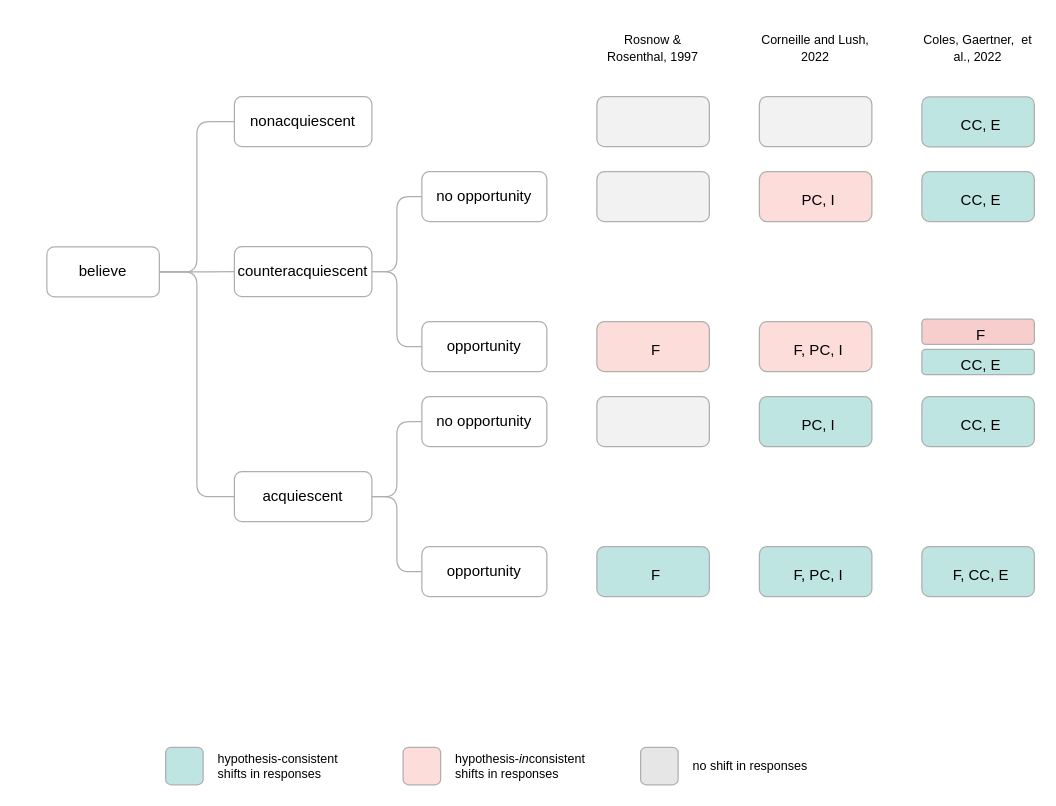
ColesNicholas/metaware keeps this draw.io diagram as page "Copy of FrameworkFigure" (2 of 9) of images/metaware_figures.drawio. Above is the earlier version. Source tidied: cells renumbered, new cells numbered last; positions are measured from the earlier drawing's top-left corner, leaving out a move shared by most shapes. Both pictures are drawn from the tidied source at 125%, with x=0, y=0 at pixel (46, 21).
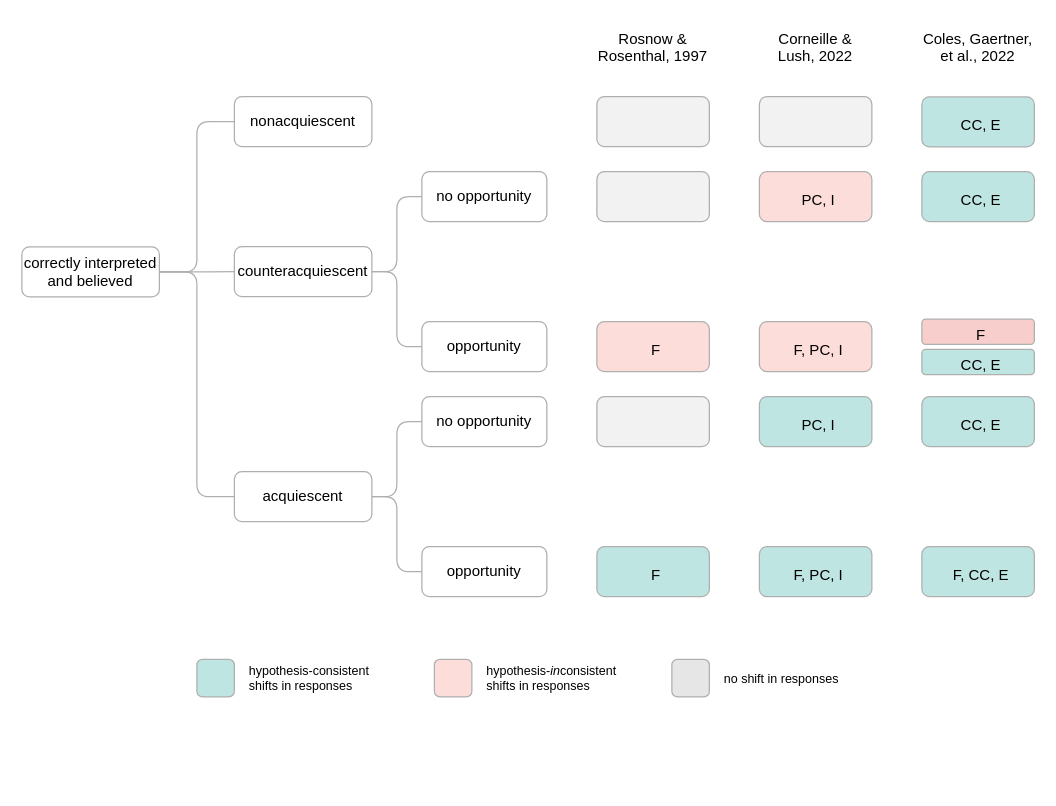
The same page after the edit.

Diff of the diagram source:
```diff
@@
-    <mxCell id="2" value="believe" style="rounded=1;whiteSpace=wrap;html=1;strokeColor=#AFAFAF;" parent="1" vertex="1">
-      <mxGeometry y="180" width="90" height="40" as="geometry" />
+    <mxCell id="2" value="correctly interpreted and believed" style="rounded=1;whiteSpace=wrap;html=1;strokeColor=#AFAFAF;" parent="1" vertex="1">
+      <mxGeometry x="-20" y="180" width="110" height="40" as="geometry" />
     </mxCell>
@@
     <mxCell id="18" style="rounded=1;whiteSpace=wrap;html=1;fontColor=#000000;spacingLeft=5;align=center;strokeColor=#AFAFAF;fontStyle=0;fontSize=17;fillColor=#BFE5E2;" parent="1" vertex="1">
-      <mxGeometry x="95" y="580.3" width="30" height="30" as="geometry" />
+      <mxGeometry x="120" y="510" width="30" height="30" as="geometry" />
     </mxCell>
     <mxCell id="19" value="hypothesis-consistent shifts in responses" style="rounded=1;whiteSpace=wrap;html=1;strokeColor=none;align=left;fontSize=10;fillColor=none;" parent="1" vertex="1">
-      <mxGeometry x="135" y="580.3" width="110" height="30" as="geometry" />
+      <mxGeometry x="160" y="510" width="110" height="30" as="geometry" />
     </mxCell>
     <mxCell id="20" style="rounded=1;whiteSpace=wrap;html=1;fontColor=#000000;spacingLeft=5;align=center;strokeColor=#AFAFAF;fontStyle=0;fontSize=17;fillColor=#FDDDDA;" parent="1" vertex="1">
-      <mxGeometry x="285" y="580.3" width="30" height="30" as="geometry" />
+      <mxGeometry x="310" y="510" width="30" height="30" as="geometry" />
     </mxCell>
     <mxCell id="21" value="hypothesis-&lt;i&gt;in&lt;/i&gt;consistent shifts in responses" style="rounded=1;whiteSpace=wrap;html=1;strokeColor=none;align=left;fontSize=10;fillColor=none;" parent="1" vertex="1">
-      <mxGeometry x="325" y="580.3" width="110" height="30" as="geometry" />
+      <mxGeometry x="350" y="510" width="110" height="30" as="geometry" />
     </mxCell>
     <mxCell id="22" style="rounded=1;whiteSpace=wrap;html=1;fontColor=#000000;spacingLeft=5;align=center;strokeColor=#AFAFAF;fontStyle=0;fontSize=17;fillColor=#E6E6E6;" parent="1" vertex="1">
-      <mxGeometry x="475" y="580.3" width="30" height="30" as="geometry" />
+      <mxGeometry x="500" y="510" width="30" height="30" as="geometry" />
     </mxCell>
     <mxCell id="23" value="no shift in responses" style="rounded=1;whiteSpace=wrap;html=1;strokeColor=none;align=left;fontSize=10;fillColor=none;" parent="1" vertex="1">
-      <mxGeometry x="515" y="580.3" width="110" height="30" as="geometry" />
+      <mxGeometry x="540" y="510" width="110" height="30" as="geometry" />
     </mxCell>
@@
-    <mxCell id="27" value="&lt;span style=&quot;font-size: 10px;&quot;&gt;Rosnow &amp;amp; Rosenthal, 1997&lt;/span&gt;&lt;b&gt;&lt;br&gt;&lt;/b&gt;" style="text;html=1;strokeColor=none;fillColor=none;align=center;verticalAlign=top;whiteSpace=wrap;rounded=1;fontStyle=0;fontColor=#000000;" parent="1" vertex="1">
+    <mxCell id="27" value="&lt;font style=&quot;font-size: 12px;&quot;&gt;Rosnow &amp;amp; Rosenthal, 1997&lt;/font&gt;&lt;b&gt;&lt;br&gt;&lt;/b&gt;" style="text;html=1;strokeColor=none;fillColor=none;align=center;verticalAlign=top;whiteSpace=wrap;rounded=1;fontStyle=0;fontColor=#000000;" parent="1" vertex="1">
       <mxGeometry x="440" width="90" height="40" as="geometry" />
     </mxCell>
@@
-    <mxCell id="29" value="&lt;span style=&quot;font-size: 10px;&quot;&gt;Corneille and Lush, 2022&lt;/span&gt;&lt;b&gt;&lt;br&gt;&lt;/b&gt;" style="text;html=1;strokeColor=none;fillColor=none;align=center;verticalAlign=top;whiteSpace=wrap;rounded=1;fontStyle=0;fontColor=#000000;" parent="1" vertex="1">
+    <mxCell id="29" value="&lt;font style=&quot;font-size: 12px;&quot;&gt;Corneille &amp;amp; Lush, 2022&lt;/font&gt;&lt;b&gt;&lt;br&gt;&lt;/b&gt;" style="text;html=1;strokeColor=none;fillColor=none;align=center;verticalAlign=top;whiteSpace=wrap;rounded=1;fontStyle=0;fontColor=#000000;" parent="1" vertex="1">
       <mxGeometry x="570" width="90" height="40" as="geometry" />
     </mxCell>
@@
-    <mxCell id="31" value="&lt;span style=&quot;font-size: 10px;&quot;&gt;Coles, Gaertner,&amp;nbsp; et al., 2022&lt;/span&gt;&lt;b&gt;&lt;br&gt;&lt;/b&gt;" style="text;html=1;strokeColor=none;fillColor=none;align=center;verticalAlign=top;whiteSpace=wrap;rounded=1;fontStyle=0;fontColor=#000000;" parent="1" vertex="1">
+    <mxCell id="31" value="&lt;font style=&quot;font-size: 12px;&quot;&gt;Coles, Gaertner, et al., 2022&lt;/font&gt;&lt;b&gt;&lt;br&gt;&lt;/b&gt;" style="text;html=1;strokeColor=none;fillColor=none;align=center;verticalAlign=top;whiteSpace=wrap;rounded=1;fontStyle=0;fontColor=#000000;" parent="1" vertex="1">
       <mxGeometry x="700" width="90" height="40" as="geometry" />
     </mxCell>
```
